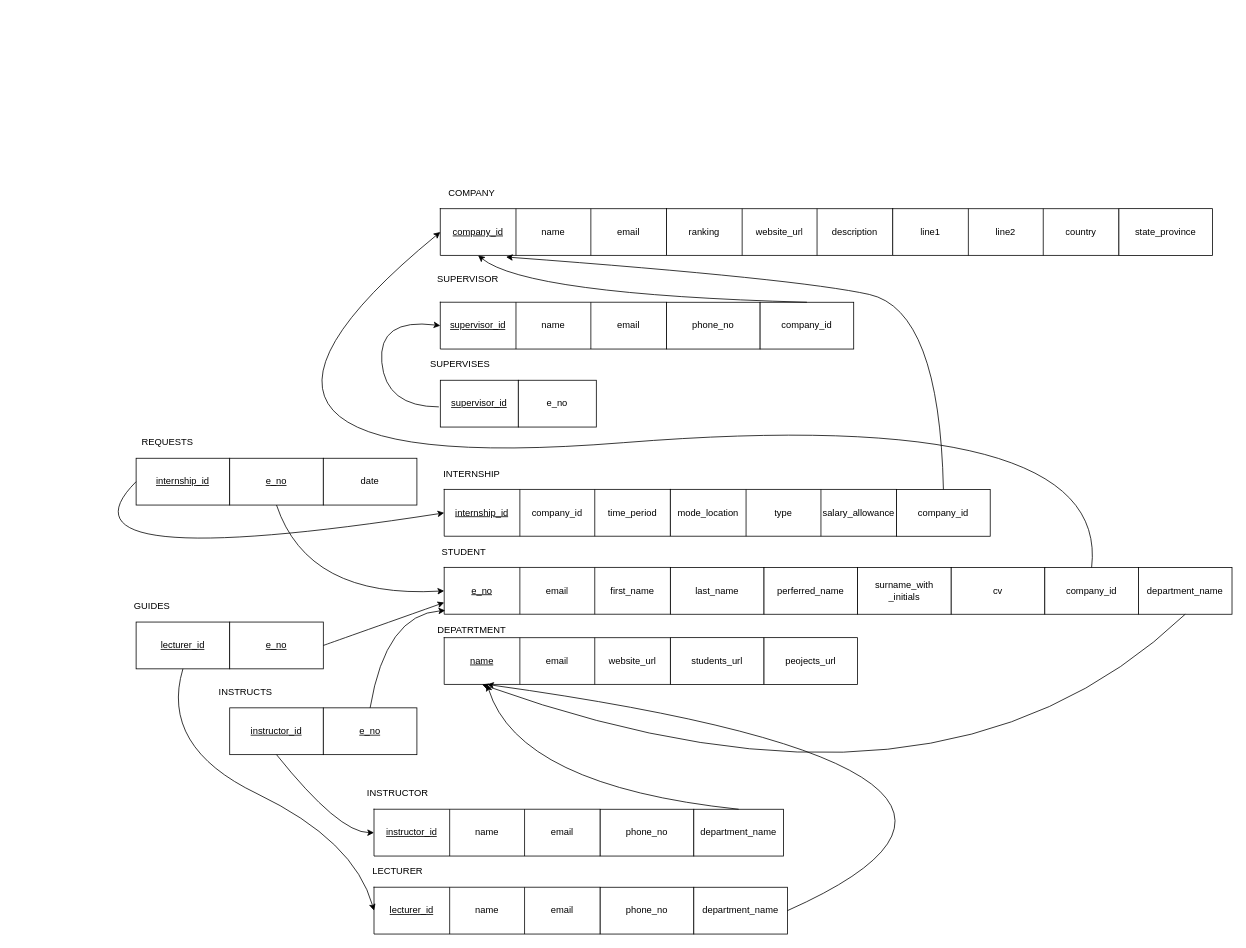
The draw.io diagram ER Diagram/Relational_schema_diagram.drawio in ishanfdo18098/CO226-Database-Project, before the edit. Source tidied: cells renumbered, new cells numbered last; positions are measured from the earlier drawing's top-left corner, leaving out a move shared by most shapes. Both pictures are drawn from the tidied source at 78%, with x=0, y=0 at pixel (42, 185).
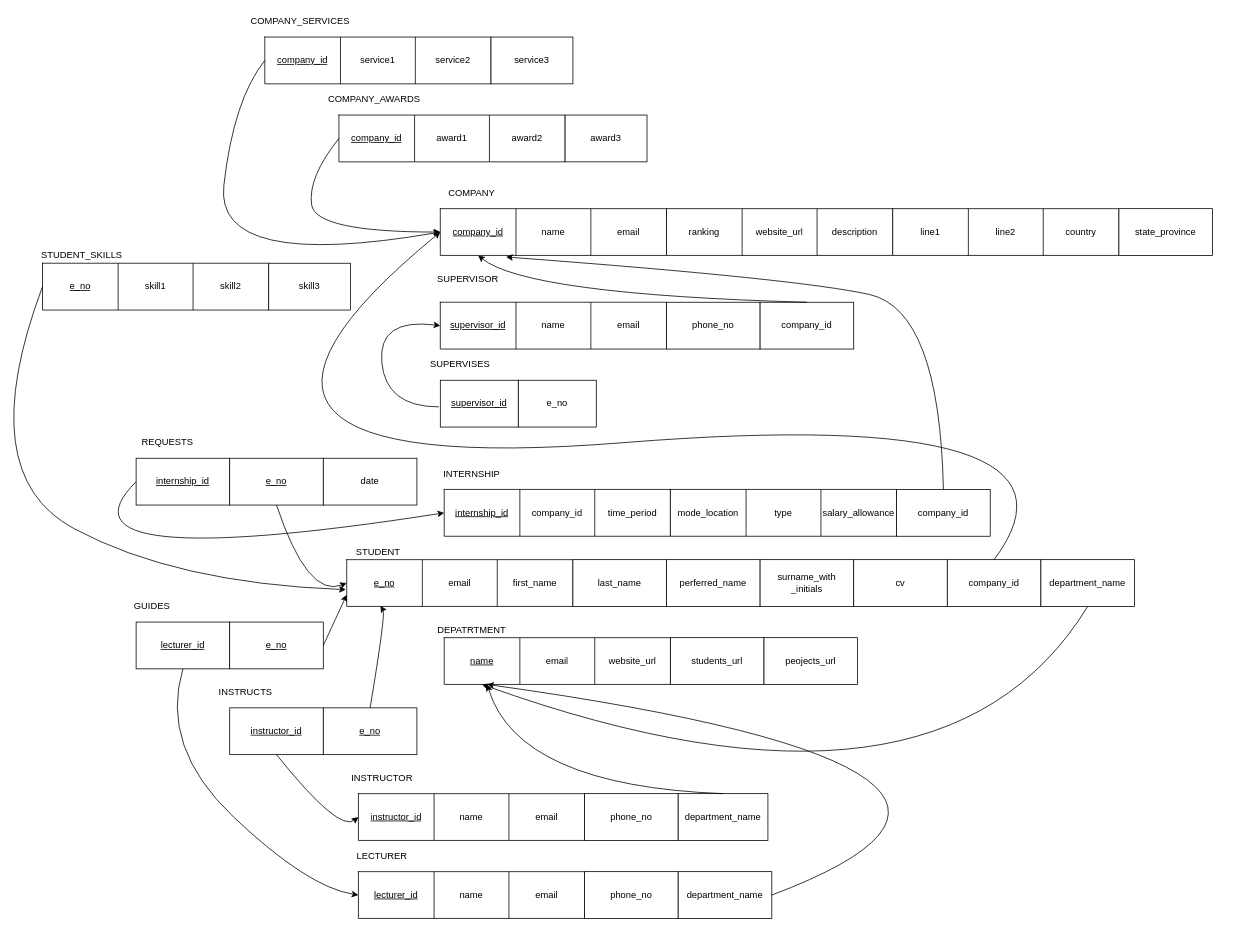
The same page after the edit.

Commit message (it also covers changes not shown here):
Add multi valued attributes to schema

Unchanged cells that the change refers to:
```xml
<mxCell id="2" style="shape=table;html=1;whiteSpace=wrap;startSize=0;childLayout=tableLayout;" parent="1" vertex="1">
  <mxGeometry x="510" y="30" width="290" height="60" as="geometry" />
</mxCell>
<mxCell id="41" value="&lt;u&gt;e_no&lt;/u&gt;" style="shape=partialRectangle;html=1;whiteSpace=wrap;fillColor=none;top=0;left=0;bottom=0;right=0;overflow=hidden;" parent="40" vertex="1">
  <mxGeometry width="97" height="60" as="geometry" />
</mxCell>
<mxCell id="66" value="&lt;u&gt;lecturer_id&lt;/u&gt;" style="shape=partialRectangle;html=1;whiteSpace=wrap;fillColor=none;top=0;left=0;bottom=0;right=0;overflow=hidden;" parent="65" vertex="1">
  <mxGeometry width="97" height="60" as="geometry" />
</mxCell>
<mxCell id="86" value="&lt;u&gt;lecturer_id&lt;/u&gt;" style="rounded=0;whiteSpace=wrap;html=1;" parent="1" vertex="1">
  <mxGeometry x="120" y="560" width="120" height="60" as="geometry" />
</mxCell>
<mxCell id="92" value="&lt;u&gt;e_no&lt;/u&gt;" style="rounded=0;whiteSpace=wrap;html=1;" parent="1" vertex="1">
  <mxGeometry x="360" y="670" width="120" height="60" as="geometry" />
</mxCell>
```

The edit, as a diff of the source:
```diff
@@
     <mxCell id="38" value="STUDENT" style="text;html=1;align=center;verticalAlign=middle;strokeColor=none;fillColor=none;" parent="1" vertex="1">
-      <mxGeometry x="505" y="460" width="70" height="20" as="geometry" />
+      <mxGeometry x="395" y="460" width="70" height="20" as="geometry" />
     </mxCell>
     <mxCell id="39" style="shape=table;html=1;whiteSpace=wrap;startSize=0;childLayout=tableLayout;" parent="1" vertex="1">
-      <mxGeometry x="515" y="490" width="290" height="60" as="geometry" />
+      <mxGeometry x="390" y="480" width="290" height="60" as="geometry" />
     </mxCell>
@@
     <mxCell id="44" value="last_name" style="rounded=0;whiteSpace=wrap;html=1;" parent="1" vertex="1">
-      <mxGeometry x="805" y="490" width="120" height="60" as="geometry" />
+      <mxGeometry x="680" y="480" width="120" height="60" as="geometry" />
     </mxCell>
     <mxCell id="45" value="perferred_name" style="rounded=0;whiteSpace=wrap;html=1;" parent="1" vertex="1">
-      <mxGeometry x="925" y="490" width="120" height="60" as="geometry" />
+      <mxGeometry x="800" y="480" width="120" height="60" as="geometry" />
     </mxCell>
     <mxCell id="46" value="surname_with&lt;br&gt;_initials" style="rounded=0;whiteSpace=wrap;html=1;" parent="1" vertex="1">
-      <mxGeometry x="1045" y="490" width="120" height="60" as="geometry" />
+      <mxGeometry x="920" y="480" width="120" height="60" as="geometry" />
     </mxCell>
     <mxCell id="47" value="cv" style="rounded=0;whiteSpace=wrap;html=1;" parent="1" vertex="1">
-      <mxGeometry x="1165" y="490" width="120" height="60" as="geometry" />
+      <mxGeometry x="1040" y="480" width="120" height="60" as="geometry" />
     </mxCell>
@@
     <mxCell id="54" value="INSTRUCTOR" style="text;html=1;align=center;verticalAlign=middle;strokeColor=none;fillColor=none;" parent="1" vertex="1">
-      <mxGeometry x="410" y="770" width="90" height="20" as="geometry" />
+      <mxGeometry x="390" y="750" width="90" height="20" as="geometry" />
     </mxCell>
     <mxCell id="55" style="shape=table;html=1;whiteSpace=wrap;startSize=0;childLayout=tableLayout;" parent="1" vertex="1">
-      <mxGeometry x="425" y="800" width="290" height="60" as="geometry" />
+      <mxGeometry x="405" y="780" width="290" height="60" as="geometry" />
     </mxCell>
@@
     <mxCell id="62" value="phone_no" style="rounded=0;whiteSpace=wrap;html=1;" parent="1" vertex="1">
-      <mxGeometry x="715" y="800" width="120" height="60" as="geometry" />
+      <mxGeometry x="695" y="780" width="120" height="60" as="geometry" />
     </mxCell>
     <mxCell id="63" value="LECTURER" style="text;html=1;align=center;verticalAlign=middle;strokeColor=none;fillColor=none;" parent="1" vertex="1">
-      <mxGeometry x="415" y="870" width="80" height="20" as="geometry" />
+      <mxGeometry x="395" y="850" width="80" height="20" as="geometry" />
     </mxCell>
     <mxCell id="64" style="shape=table;html=1;whiteSpace=wrap;startSize=0;childLayout=tableLayout;" parent="1" vertex="1">
-      <mxGeometry x="425" y="900" width="290" height="60" as="geometry" />
+      <mxGeometry x="405" y="880" width="290" height="60" as="geometry" />
     </mxCell>
@@
     <mxCell id="69" value="phone_no" style="rounded=0;whiteSpace=wrap;html=1;" parent="1" vertex="1">
-      <mxGeometry x="715" y="900" width="120" height="60" as="geometry" />
+      <mxGeometry x="695" y="880" width="120" height="60" as="geometry" />
     </mxCell>
@@
     <mxCell id="77" value="company_id" style="rounded=0;whiteSpace=wrap;html=1;" parent="1" vertex="1">
-      <mxGeometry x="1285" y="490" width="120" height="60" as="geometry" />
+      <mxGeometry x="1160" y="480" width="120" height="60" as="geometry" />
     </mxCell>
@@
     <mxCell id="88" style="curved=1;endArrow=classic;html=1;rounded=0;exitX=0.5;exitY=1;exitDx=0;exitDy=0;entryX=0;entryY=0.5;entryDx=0;entryDy=0;" parent="1" edge="1" source="86" target="66">
       <mxGeometry relative="1" as="geometry">
         <Array as="points">
           <mxPoint x="150" y="720" />
-          <mxPoint x="400" y="840" />
+          <mxPoint x="340" y="900" />
         </Array>
       </mxGeometry>
     </mxCell>
@@
-    <mxCell id="94" style="curved=1;endArrow=classic;html=1;rounded=0;exitX=0.5;exitY=0;exitDx=0;exitDy=0;entryX=0.013;entryY=0.92;entryDx=0;entryDy=0;entryPerimeter=0;" parent="1" edge="1" source="92" target="41">
+    <mxCell id="94" style="curved=1;endArrow=classic;html=1;rounded=0;exitX=0.5;exitY=0;exitDx=0;exitDy=0;entryX=0.446;entryY=0.985;entryDx=0;entryDy=0;entryPerimeter=0;" parent="1" edge="1" source="92" target="41">
       <mxGeometry relative="1" as="geometry">
         <Array as="points">
           <mxPoint x="440" y="550" />
         </Array>
       </mxGeometry>
     </mxCell>
     <mxCell id="95" value="department_name" style="rounded=0;whiteSpace=wrap;html=1;" parent="1" vertex="1">
-      <mxGeometry x="1405" y="490" width="120" height="60" as="geometry" />
+      <mxGeometry x="1280" y="480" width="120" height="60" as="geometry" />
     </mxCell>
@@
     <mxCell id="97" value="department_name" style="rounded=0;whiteSpace=wrap;html=1;" parent="1" vertex="1">
-      <mxGeometry x="835" y="800" width="115" height="60" as="geometry" />
+      <mxGeometry x="815" y="780" width="115" height="60" as="geometry" />
     </mxCell>
     <mxCell id="98" value="department_name" style="rounded=0;whiteSpace=wrap;html=1;" parent="1" vertex="1">
-      <mxGeometry x="835" y="900" width="120" height="60" as="geometry" />
+      <mxGeometry x="815" y="880" width="120" height="60" as="geometry" />
     </mxCell>
@@
+    <mxCell id="101" value="COMPANY_AWARDS" style="text;html=1;align=center;verticalAlign=middle;strokeColor=none;fillColor=none;" parent="1" vertex="1">
+      <mxGeometry x="360" y="-120" width="130" height="20" as="geometry" />
+    </mxCell>
+    <mxCell id="102" style="shape=table;html=1;whiteSpace=wrap;startSize=0;childLayout=tableLayout;" parent="1" vertex="1">
+      <mxGeometry x="380" y="-90" width="290" height="60" as="geometry" />
+    </mxCell>
+    <mxCell id="103" style="shape=tableRow;horizontal=0;startSize=0;swimlaneHead=0;swimlaneBody=0;top=0;left=0;bottom=0;right=0;fillColor=none;" parent="102" vertex="1">
+      <mxGeometry width="290" height="60" as="geometry" />
+    </mxCell>
+    <mxCell id="104" value="&lt;u&gt;company_id&lt;/u&gt;" style="shape=partialRectangle;html=1;whiteSpace=wrap;fillColor=none;top=0;left=0;bottom=0;right=0;overflow=hidden;" parent="103" vertex="1">
+      <mxGeometry width="97" height="60" as="geometry" />
+    </mxCell>
+    <mxCell id="105" value="award1" style="shape=partialRectangle;html=1;whiteSpace=wrap;fillColor=none;top=0;left=0;bottom=0;right=0;overflow=hidden;" parent="103" vertex="1">
+      <mxGeometry x="97" width="96" height="60" as="geometry" />
+    </mxCell>
+    <mxCell id="106" value="award2" style="shape=partialRectangle;html=1;whiteSpace=wrap;fillColor=none;top=0;left=0;bottom=0;right=0;overflow=hidden;" parent="103" vertex="1">
+      <mxGeometry x="193" width="97" height="60" as="geometry" />
+    </mxCell>
+    <mxCell id="107" value="award3" style="rounded=0;whiteSpace=wrap;html=1;" parent="1" vertex="1">
+      <mxGeometry x="670" y="-90" width="105" height="60" as="geometry" />
+    </mxCell>
+    <mxCell id="108" style="curved=1;endArrow=classic;html=1;rounded=0;exitX=0;exitY=0.5;exitDx=0;exitDy=0;entryX=0;entryY=0.5;entryDx=0;entryDy=0;" parent="1" edge="1" source="104" target="2">
+      <mxGeometry relative="1" as="geometry">
+        <Array as="points">
+          <mxPoint x="340" y="-10" />
+          <mxPoint x="350" y="60" />
+        </Array>
+      </mxGeometry>
+    </mxCell>
+    <mxCell id="109" value="COMPANY_SERVICES" style="text;html=1;align=center;verticalAlign=middle;strokeColor=none;fillColor=none;" parent="1" vertex="1">
+      <mxGeometry x="260" y="-220" width="140" height="20" as="geometry" />
+    </mxCell>
+    <mxCell id="110" style="shape=table;html=1;whiteSpace=wrap;startSize=0;childLayout=tableLayout;" parent="1" vertex="1">
+      <mxGeometry x="285" y="-190" width="290" height="60" as="geometry" />
+    </mxCell>
+    <mxCell id="111" style="shape=tableRow;horizontal=0;startSize=0;swimlaneHead=0;swimlaneBody=0;top=0;left=0;bottom=0;right=0;fillColor=none;" parent="110" vertex="1">
+      <mxGeometry width="290" height="60" as="geometry" />
+    </mxCell>
+    <mxCell id="112" value="&lt;u&gt;company_id&lt;/u&gt;" style="shape=partialRectangle;html=1;whiteSpace=wrap;fillColor=none;top=0;left=0;bottom=0;right=0;overflow=hidden;" parent="111" vertex="1">
+      <mxGeometry width="97" height="60" as="geometry" />
+    </mxCell>
+    <mxCell id="113" value="service1" style="shape=partialRectangle;html=1;whiteSpace=wrap;fillColor=none;top=0;left=0;bottom=0;right=0;overflow=hidden;" parent="111" vertex="1">
+      <mxGeometry x="97" width="96" height="60" as="geometry" />
+    </mxCell>
+    <mxCell id="114" value="service2" style="shape=partialRectangle;html=1;whiteSpace=wrap;fillColor=none;top=0;left=0;bottom=0;right=0;overflow=hidden;" parent="111" vertex="1">
+      <mxGeometry x="193" width="97" height="60" as="geometry" />
+    </mxCell>
+    <mxCell id="115" value="service3" style="rounded=0;whiteSpace=wrap;html=1;" parent="1" vertex="1">
+      <mxGeometry x="575" y="-190" width="105" height="60" as="geometry" />
+    </mxCell>
+    <mxCell id="116" style="curved=1;endArrow=classic;html=1;rounded=0;exitX=0;exitY=0.5;exitDx=0;exitDy=0;" parent="1" edge="1">
+      <mxGeometry relative="1" as="geometry">
+        <mxPoint x="285" y="-160" as="sourcePoint" />
+        <mxPoint x="510" y="60" as="targetPoint" />
+        <Array as="points">
+          <mxPoint x="245" y="-110" />
+          <mxPoint x="220" y="110" />
+        </Array>
+      </mxGeometry>
+    </mxCell>
+    <mxCell id="117" value="STUDENT_SKILLS" style="text;html=1;align=center;verticalAlign=middle;strokeColor=none;fillColor=none;" parent="1" vertex="1">
+      <mxGeometry x="-10" y="80" width="120" height="20" as="geometry" />
+    </mxCell>
+    <mxCell id="118" style="shape=table;html=1;whiteSpace=wrap;startSize=0;childLayout=tableLayout;" parent="1" vertex="1">
+      <mxGeometry y="100" width="290" height="60" as="geometry" />
+    </mxCell>
+    <mxCell id="119" style="shape=tableRow;horizontal=0;startSize=0;swimlaneHead=0;swimlaneBody=0;top=0;left=0;bottom=0;right=0;fillColor=none;" parent="118" vertex="1">
+      <mxGeometry width="290" height="60" as="geometry" />
+    </mxCell>
+    <mxCell id="120" value="&lt;u&gt;e_no&lt;/u&gt;" style="shape=partialRectangle;html=1;whiteSpace=wrap;fillColor=none;top=0;left=0;bottom=0;right=0;overflow=hidden;" parent="119" vertex="1">
+      <mxGeometry width="97" height="60" as="geometry" />
+    </mxCell>
+    <mxCell id="121" value="skill1" style="shape=partialRectangle;html=1;whiteSpace=wrap;fillColor=none;top=0;left=0;bottom=0;right=0;overflow=hidden;" parent="119" vertex="1">
+      <mxGeometry x="97" width="96" height="60" as="geometry" />
+    </mxCell>
+    <mxCell id="122" value="skill2" style="shape=partialRectangle;html=1;whiteSpace=wrap;fillColor=none;top=0;left=0;bottom=0;right=0;overflow=hidden;" parent="119" vertex="1">
+      <mxGeometry x="193" width="97" height="60" as="geometry" />
+    </mxCell>
+    <mxCell id="123" value="skill3" style="rounded=0;whiteSpace=wrap;html=1;" parent="1" vertex="1">
+      <mxGeometry x="290" y="100" width="105" height="60" as="geometry" />
+    </mxCell>
+    <mxCell id="124" style="curved=1;endArrow=classic;html=1;rounded=0;exitX=0;exitY=0.5;exitDx=0;exitDy=0;entryX=-0.011;entryY=0.641;entryDx=0;entryDy=0;entryPerimeter=0;" parent="1" edge="1" source="120" target="41">
+      <mxGeometry relative="1" as="geometry">
+        <Array as="points">
+          <mxPoint x="-90" y="370" />
+          <mxPoint x="170" y="510" />
+        </Array>
+      </mxGeometry>
+    </mxCell>
```
